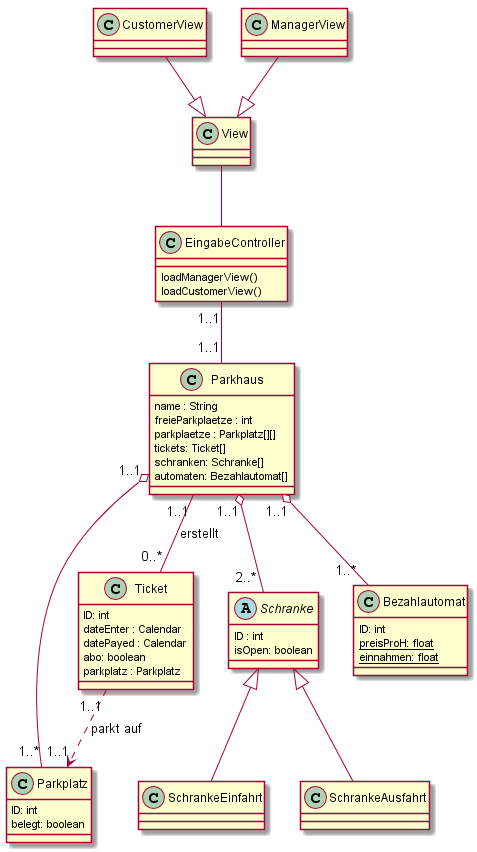
sheepy18/Digital_Parkhaus keeps this PlantUML diagram as UML/Class_Diagram.png. Above is the earlier version.
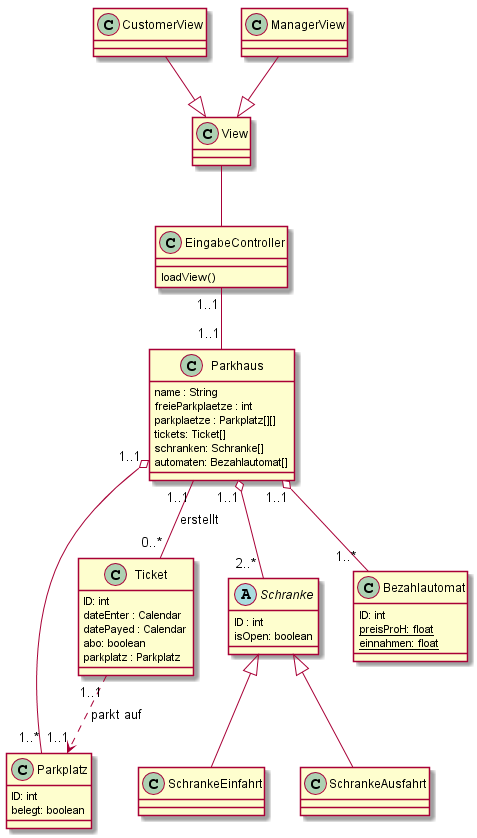
Above is the later version.

What changed in the source:
```diff
@@ -6,8 +6,7 @@
 class CustomerView{
 }
 class EingabeController {
-	loadManagerView()
-	loadCustomerView()
+	loadView()
 }
 class Parkhaus {
   name : String
```
